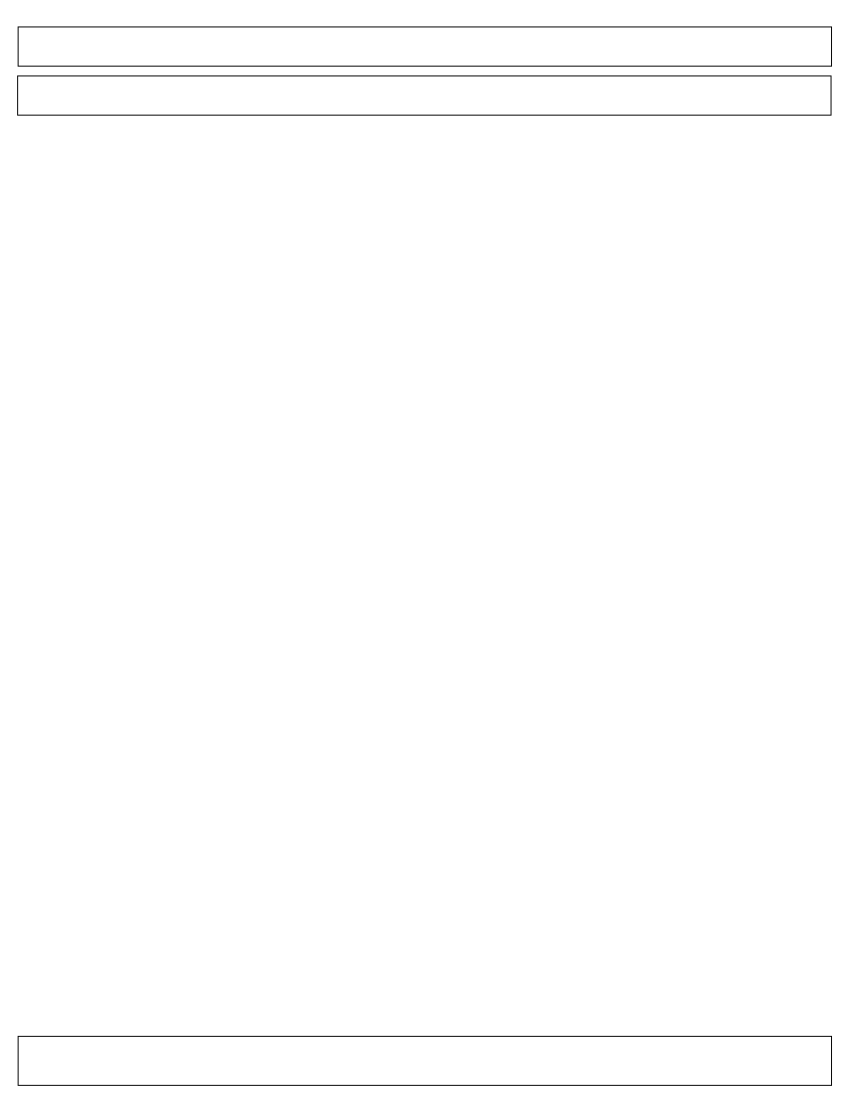
Above: page "HomePage" (1 of 9) of Untitled Diagram.drawio in the-master-chefs/rockclimbingapp (draw.io), before the change. Source tidied: cells renumbered, new cells numbered last; positions are measured from the earlier drawing's top-left corner, leaving out a move shared by most shapes. Both pictures are drawn from the tidied source at 98%, with x=0, y=0 at pixel (18, 26).
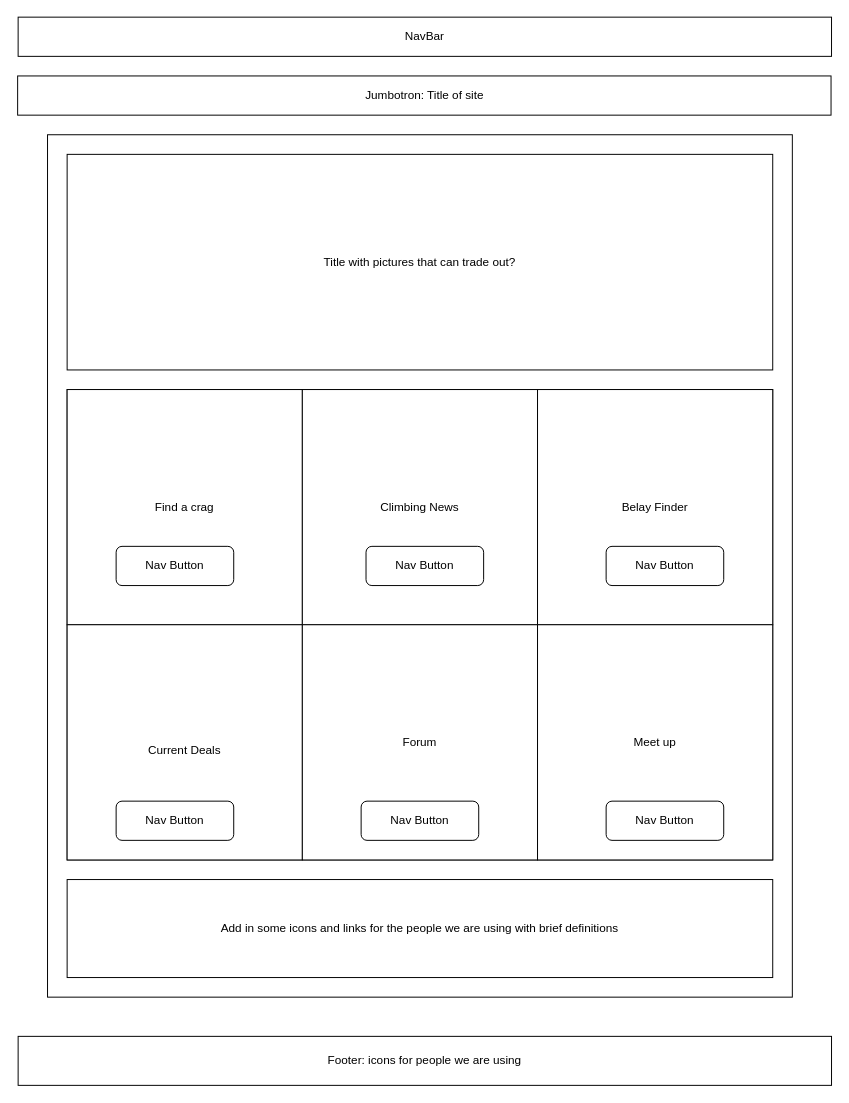
The same diagram, later.

What changed in the source:
```diff
@@
-    <mxCell id="2" style="rounded=0;whiteSpace=wrap;html=1;" parent="1" vertex="1">
-      <mxGeometry width="830" height="40" as="geometry" />
+    <mxCell id="2" value="NavBar" style="rounded=0;whiteSpace=wrap;html=1;" parent="1" vertex="1">
+      <mxGeometry y="-10" width="830" height="40" as="geometry" />
     </mxCell>
-    <mxCell id="3" style="rounded=0;whiteSpace=wrap;html=1;" parent="1" vertex="1">
+    <mxCell id="3" value="Jumbotron: Title of site" style="rounded=0;whiteSpace=wrap;html=1;" parent="1" vertex="1">
       <mxGeometry x="-0.5" y="50" width="830" height="40" as="geometry" />
     </mxCell>
-    <mxCell id="4" style="rounded=0;whiteSpace=wrap;html=1;" parent="1" vertex="1">
+    <mxCell id="4" value="Footer: icons for people we are using" style="rounded=0;whiteSpace=wrap;html=1;" parent="1" vertex="1">
       <mxGeometry y="1030" width="830" height="50" as="geometry" />
     </mxCell>
+    <mxCell id="5" style="rounded=0;whiteSpace=wrap;html=1;" parent="1" vertex="1">
+      <mxGeometry x="30" y="110" width="760" height="880" as="geometry" />
+    </mxCell>
+    <mxCell id="6" value="Title with pictures that can trade out?" style="rounded=0;whiteSpace=wrap;html=1;" parent="1" vertex="1">
+      <mxGeometry x="50" y="130" width="720" height="220" as="geometry" />
+    </mxCell>
+    <mxCell id="7" style="rounded=0;whiteSpace=wrap;html=1;" parent="1" vertex="1">
+      <mxGeometry x="50" y="370" width="720" height="480" as="geometry" />
+    </mxCell>
+    <mxCell id="8" value="Add in some icons and links for the people we are using with brief definitions" style="rounded=0;whiteSpace=wrap;html=1;" parent="1" vertex="1">
+      <mxGeometry x="50" y="870" width="720" height="100" as="geometry" />
+    </mxCell>
+    <mxCell id="9" value="Find a crag" style="rounded=0;whiteSpace=wrap;html=1;" parent="1" vertex="1">
+      <mxGeometry x="50" y="370" width="240" height="240" as="geometry" />
+    </mxCell>
+    <mxCell id="10" value="Climbing News" style="rounded=0;whiteSpace=wrap;html=1;" parent="1" vertex="1">
+      <mxGeometry x="290" y="370" width="240" height="240" as="geometry" />
+    </mxCell>
+    <mxCell id="11" value="Belay Finder" style="rounded=0;whiteSpace=wrap;html=1;" parent="1" vertex="1">
+      <mxGeometry x="530" y="370" width="240" height="240" as="geometry" />
+    </mxCell>
+    <mxCell id="12" value="&lt;br&gt;Current Deals" style="rounded=0;whiteSpace=wrap;html=1;" parent="1" vertex="1">
+      <mxGeometry x="50" y="610" width="240" height="240" as="geometry" />
+    </mxCell>
+    <mxCell id="13" value="Forum" style="rounded=0;whiteSpace=wrap;html=1;" parent="1" vertex="1">
+      <mxGeometry x="290" y="610" width="240" height="240" as="geometry" />
+    </mxCell>
+    <mxCell id="14" value="Meet up" style="rounded=0;whiteSpace=wrap;html=1;" parent="1" vertex="1">
+      <mxGeometry x="530" y="610" width="240" height="240" as="geometry" />
+    </mxCell>
+    <mxCell id="15" value="&lt;span style=&quot;white-space: normal&quot;&gt;Nav Button&lt;/span&gt;" style="rounded=1;whiteSpace=wrap;html=1;" parent="1" vertex="1">
+      <mxGeometry x="100" y="790" width="120" height="40" as="geometry" />
+    </mxCell>
+    <mxCell id="16" value="&lt;span style=&quot;white-space: normal&quot;&gt;Nav Button&lt;/span&gt;" style="rounded=1;whiteSpace=wrap;html=1;" parent="1" vertex="1">
+      <mxGeometry x="350" y="790" width="120" height="40" as="geometry" />
+    </mxCell>
+    <mxCell id="17" value="&lt;span style=&quot;white-space: normal&quot;&gt;Nav Button&lt;/span&gt;" style="rounded=1;whiteSpace=wrap;html=1;" parent="1" vertex="1">
+      <mxGeometry x="600" y="790" width="120" height="40" as="geometry" />
+    </mxCell>
+    <mxCell id="18" value="Nav Button" style="rounded=1;whiteSpace=wrap;html=1;" parent="1" vertex="1">
+      <mxGeometry x="100" y="530" width="120" height="40" as="geometry" />
+    </mxCell>
+    <mxCell id="19" value="&lt;span style=&quot;white-space: normal&quot;&gt;Nav Button&lt;/span&gt;" style="rounded=1;whiteSpace=wrap;html=1;" parent="1" vertex="1">
+      <mxGeometry x="355" y="530" width="120" height="40" as="geometry" />
+    </mxCell>
+    <mxCell id="20" value="&lt;span style=&quot;white-space: normal&quot;&gt;Nav Button&lt;/span&gt;" style="rounded=1;whiteSpace=wrap;html=1;" parent="1" vertex="1">
+      <mxGeometry x="600" y="530" width="120" height="40" as="geometry" />
+    </mxCell>
```
